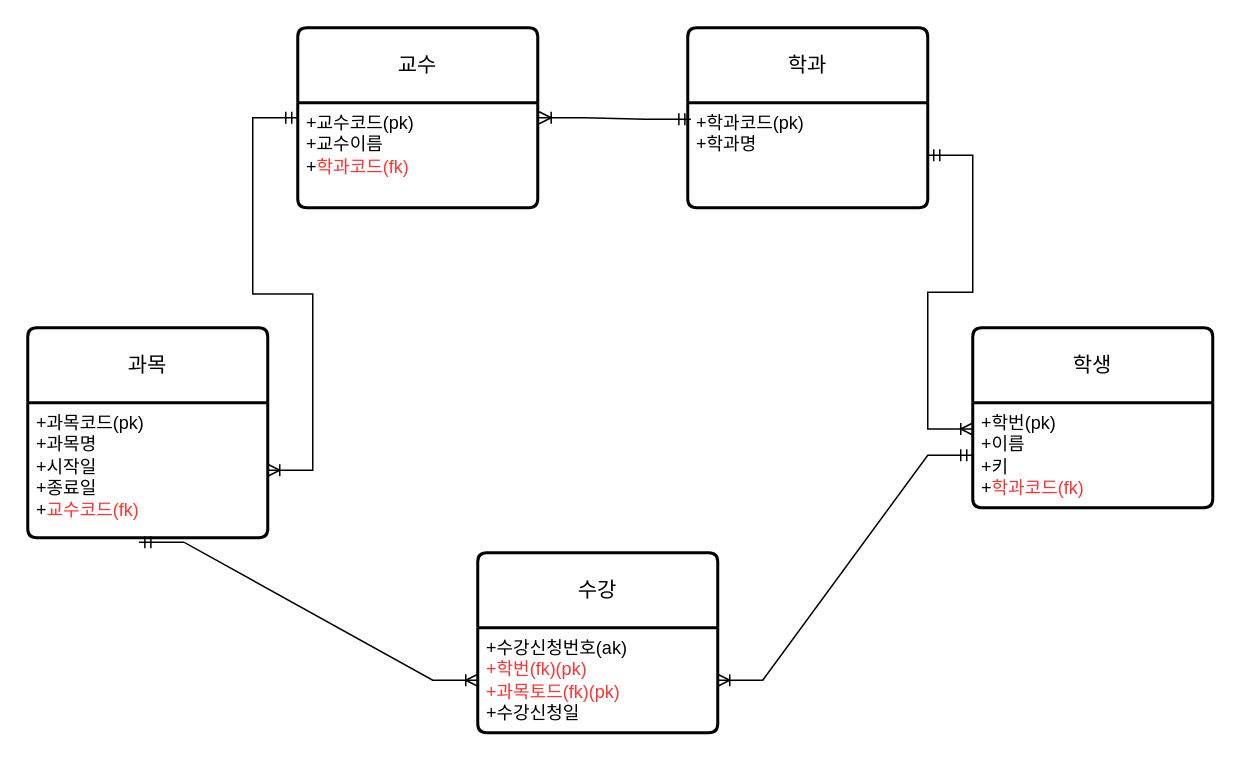
diesel428/ai8erd keeps this draw.io diagram as page "페이지-4" (4 of 4) of erd.drawio. Above is the earlier version. Source tidied: cells renumbered, new cells numbered last; positions are measured from the earlier drawing's top-left corner, leaving out a move shared by most shapes. Both pictures are drawn from the tidied source at 150%, with x=0, y=0 at pixel (27, 27).
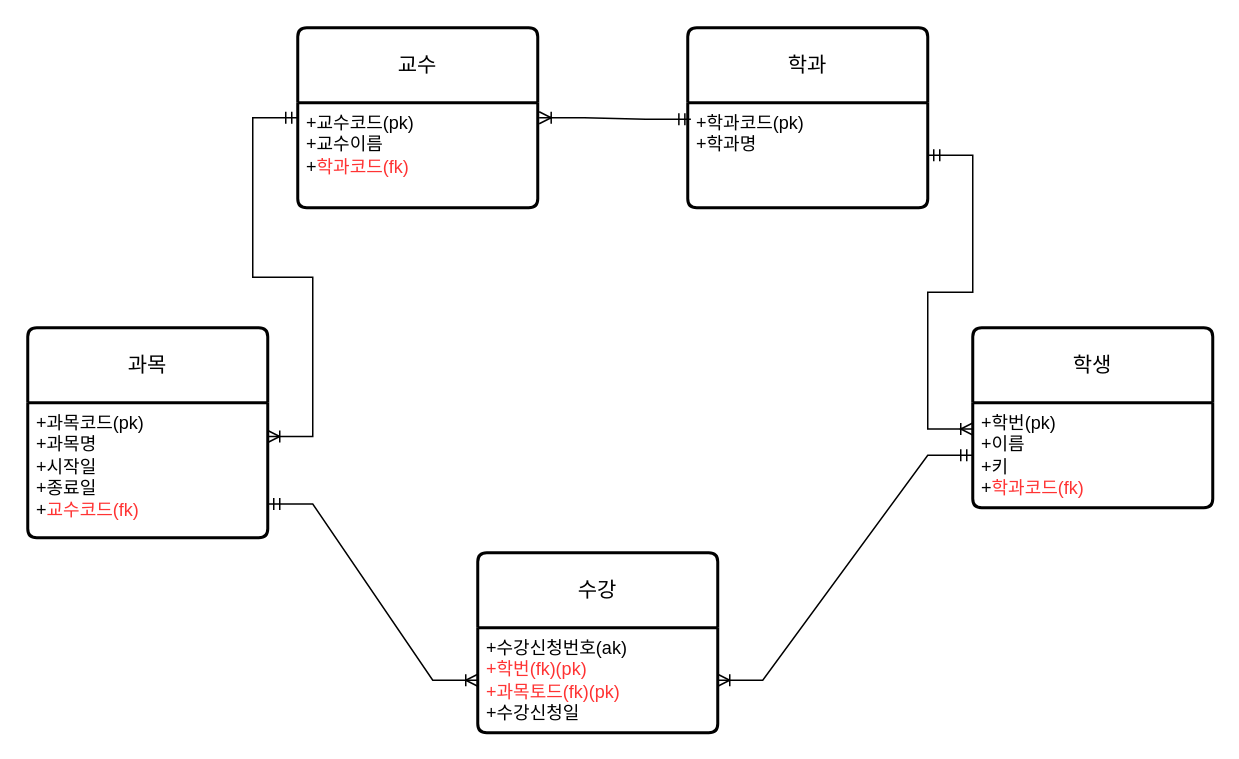
Above is the later version.

What changed in the source:
```diff
@@
 <mxGraphModel>
   <root>
     <mxCell id="0" />
     <mxCell id="1" parent="0" />
     <mxCell id="2" value="학생" style="swimlane;horizontal=1;startSize=50;rounded=1;fontSize=14;fontStyle=0;strokeWidth=2;shadow=0;dashed=0;align=center;arcSize=4;whiteSpace=wrap;html=1;" parent="1" vertex="1">
       <mxGeometry x="630" y="200" width="160" height="120" as="geometry" />
     </mxCell>
     <mxCell id="3" value="+학번(pk)&lt;br&gt;+이름&lt;br&gt;+키&lt;br&gt;+&lt;font color=&quot;#ff3333&quot;&gt;학과코드(fk)&lt;/font&gt;" style="align=left;strokeColor=none;fillColor=none;spacingLeft=4;fontSize=12;verticalAlign=top;html=1;" parent="2" vertex="1">
       <mxGeometry y="50" width="160" height="70" as="geometry" />
     </mxCell>
     <mxCell id="4" value="학과" style="swimlane;horizontal=1;startSize=50;rounded=1;fontSize=14;fontStyle=0;strokeWidth=2;shadow=0;dashed=0;align=center;arcSize=4;whiteSpace=wrap;html=1;" parent="1" vertex="1">
       <mxGeometry x="440" width="160" height="120" as="geometry" />
     </mxCell>
     <mxCell id="5" value="+학과코드(pk)&lt;br&gt;+학과명" style="align=left;strokeColor=none;fillColor=none;spacingLeft=4;fontSize=12;verticalAlign=top;html=1;" parent="4" vertex="1">
       <mxGeometry y="50" width="160" height="70" as="geometry" />
     </mxCell>
     <mxCell id="6" value="과목" style="swimlane;horizontal=1;startSize=50;rounded=1;fontSize=14;fontStyle=0;strokeWidth=2;shadow=0;dashed=0;align=center;arcSize=4;whiteSpace=wrap;html=1;" parent="1" vertex="1">
       <mxGeometry y="200" width="160" height="140" as="geometry" />
     </mxCell>
     <mxCell id="7" value="+과목코드(pk)&lt;br&gt;+과목명&lt;br&gt;+시작일&lt;br&gt;+종료일&lt;br&gt;+&lt;font color=&quot;#ff3333&quot;&gt;교수코드(fk)&lt;/font&gt;" style="align=left;strokeColor=none;fillColor=none;spacingLeft=4;fontSize=12;verticalAlign=top;html=1;" parent="6" vertex="1">
       <mxGeometry y="50" width="160" height="90" as="geometry" />
     </mxCell>
     <mxCell id="8" value="교수" style="swimlane;horizontal=1;startSize=50;rounded=1;fontSize=14;fontStyle=0;strokeWidth=2;shadow=0;dashed=0;align=center;arcSize=4;whiteSpace=wrap;html=1;" parent="1" vertex="1">
       <mxGeometry x="180" width="160" height="120" as="geometry" />
     </mxCell>
     <mxCell id="9" value="+교수코드(pk)&lt;br&gt;+교수이름&lt;br&gt;+&lt;font color=&quot;#ff3333&quot;&gt;학과코드(fk)&lt;/font&gt;" style="align=left;strokeColor=none;fillColor=none;spacingLeft=4;fontSize=12;verticalAlign=top;html=1;" parent="8" vertex="1">
       <mxGeometry y="50" width="160" height="70" as="geometry" />
     </mxCell>
     <mxCell id="10" value="수강" style="swimlane;horizontal=1;startSize=50;rounded=1;fontSize=14;fontStyle=0;strokeWidth=2;shadow=0;dashed=0;align=center;arcSize=4;whiteSpace=wrap;html=1;" parent="1" vertex="1">
       <mxGeometry x="300" y="350" width="160" height="120" as="geometry" />
     </mxCell>
     <mxCell id="11" value="+수강신청번호(ak)&lt;br&gt;&lt;font color=&quot;#ff3333&quot;&gt;+학번(fk)(pk)&lt;br&gt;+과목토드(fk)(pk)&lt;/font&gt;&lt;br&gt;+수강신청일" style="align=left;strokeColor=none;fillColor=none;spacingLeft=4;fontSize=12;verticalAlign=top;html=1;" parent="10" vertex="1">
       <mxGeometry y="50" width="160" height="70" as="geometry" />
     </mxCell>
     <mxCell id="12" style="edgeStyle=entityRelationEdgeStyle;fontSize=12;html=1;endArrow=ERoneToMany;startArrow=ERmandOne;rounded=0;entryX=1.006;entryY=0.143;entryDx=0;entryDy=0;entryPerimeter=0;exitX=0.013;exitY=0.157;exitDx=0;exitDy=0;exitPerimeter=0;" parent="1" edge="1" source="5" target="9">
       <mxGeometry relative="1" as="geometry" />
     </mxCell>
-    <mxCell id="13" style="edgeStyle=entityRelationEdgeStyle;fontSize=12;html=1;endArrow=ERoneToMany;startArrow=ERmandOne;rounded=0;exitX=0;exitY=0.5;exitDx=0;exitDy=0;" parent="1" edge="1" source="8" target="7">
+    <mxCell id="13" style="edgeStyle=entityRelationEdgeStyle;fontSize=12;html=1;endArrow=ERoneToMany;startArrow=ERmandOne;rounded=0;exitX=0;exitY=0.5;exitDx=0;exitDy=0;entryX=1;entryY=0.25;entryDx=0;entryDy=0;" parent="1" edge="1" source="8" target="7">
       <mxGeometry relative="1" as="geometry" />
     </mxCell>
     <mxCell id="14" style="edgeStyle=entityRelationEdgeStyle;fontSize=12;html=1;endArrow=ERoneToMany;startArrow=ERmandOne;rounded=0;exitX=1;exitY=0.5;exitDx=0;exitDy=0;entryX=0;entryY=0.25;entryDx=0;entryDy=0;" parent="1" edge="1" source="5" target="3">
       <mxGeometry relative="1" as="geometry" />
     </mxCell>
-    <mxCell id="15" style="edgeStyle=entityRelationEdgeStyle;fontSize=12;html=1;endArrow=ERoneToMany;startArrow=ERmandOne;rounded=0;exitX=0.463;exitY=1.033;exitDx=0;exitDy=0;exitPerimeter=0;" parent="1" edge="1" source="7" target="11">
+    <mxCell id="15" style="edgeStyle=entityRelationEdgeStyle;fontSize=12;html=1;endArrow=ERoneToMany;startArrow=ERmandOne;rounded=0;exitX=1;exitY=0.75;exitDx=0;exitDy=0;" parent="1" edge="1" source="7" target="11">
       <mxGeometry relative="1" as="geometry">
         <Array as="points">
           <mxPoint x="110" y="310" />
           <mxPoint x="100" y="400" />
         </Array>
       </mxGeometry>
     </mxCell>
     <mxCell id="16" style="edgeStyle=entityRelationEdgeStyle;fontSize=12;html=1;endArrow=ERoneToMany;startArrow=ERmandOne;rounded=0;" parent="1" edge="1" source="3" target="11">
       <mxGeometry relative="1" as="geometry" />
     </mxCell>
   </root>
 </mxGraphModel>
```
